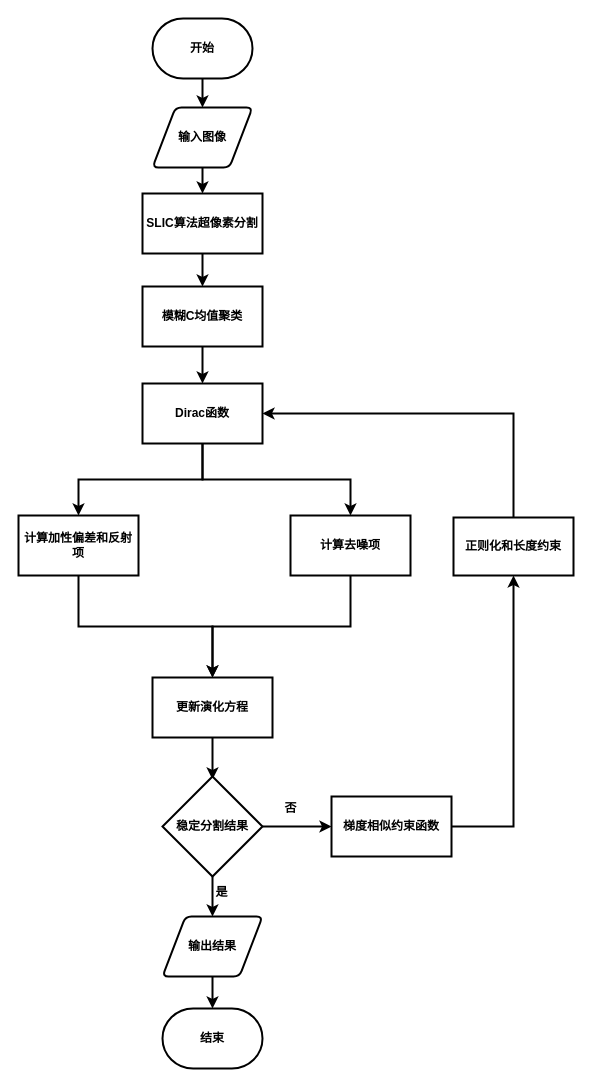
The draw.io diagram page "第 5 页" (4 of 5) of 1.drawio in pangda007/947842095-qq.com, before the edit. Source tidied: cells renumbered, new cells numbered last; positions are measured from the earlier drawing's top-left corner, leaving out a move shared by most shapes. Both pictures are drawn from the tidied source at 100%, with x=0, y=0 at pixel (18, 18).
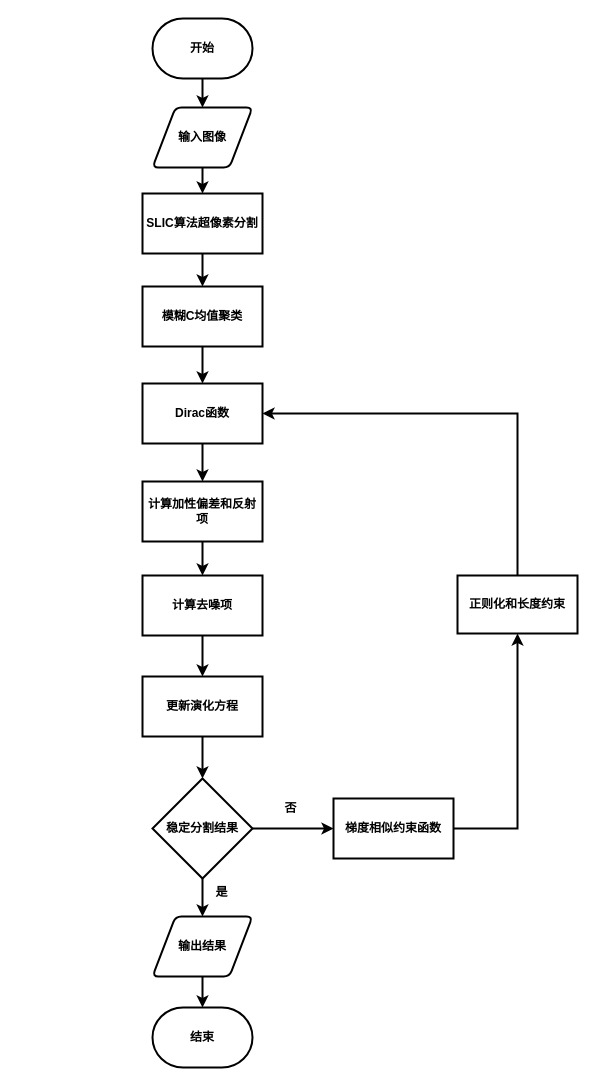
Above is the later version.

Unchanged cells that the change refers to:
```xml
<mxCell id="31" value="&lt;b&gt;Dirac函数&lt;/b&gt;" style="rounded=0;whiteSpace=wrap;html=1;strokeWidth=2;" parent="1" vertex="1">
  <mxGeometry x="124" y="365" width="120" height="60" as="geometry" />
</mxCell>
```

The edit, as a diff of the source:
```diff
@@
-    <mxCell id="6" style="edgeStyle=orthogonalEdgeStyle;rounded=0;jettySize=auto;html=1;exitX=0.5;exitY=1;exitDx=0;exitDy=0;entryX=0.5;entryY=0;entryDx=0;entryDy=0;strokeWidth=2;" parent="1" edge="1" source="7" target="10">
+    <mxCell id="6" style="edgeStyle=orthogonalEdgeStyle;rounded=0;jettySize=auto;html=1;exitX=0.5;exitY=1;exitDx=0;exitDy=0;strokeWidth=2;" parent="1" edge="1" source="7" target="10">
       <mxGeometry relative="1" as="geometry" />
     </mxCell>
     <mxCell id="7" value="&lt;b&gt;计算去噪项&lt;/b&gt;" style="rounded=0;whiteSpace=wrap;html=1;strokeWidth=2;" parent="1" vertex="1">
-      <mxGeometry x="272" y="497" width="120" height="60" as="geometry" />
+      <mxGeometry x="124" y="557" width="120" height="60" as="geometry" />
     </mxCell>
@@
-    <mxCell id="9" style="edgeStyle=orthogonalEdgeStyle;rounded=0;jettySize=auto;html=1;exitX=0.5;exitY=1;exitDx=0;exitDy=0;entryX=0.5;entryY=0;entryDx=0;entryDy=0;strokeWidth=2;" parent="1" edge="1" source="10">
-      <mxGeometry relative="1" as="geometry">
-        <mxPoint x="194" y="761" as="targetPoint" />
-      </mxGeometry>
-    </mxCell>
     <mxCell id="10" value="&lt;b&gt;更新演化方程&lt;/b&gt;" style="rounded=0;whiteSpace=wrap;html=1;strokeWidth=2;" parent="1" vertex="1">
-      <mxGeometry x="134" y="659" width="120" height="60" as="geometry" />
+      <mxGeometry x="124" y="658" width="120" height="60" as="geometry" />
     </mxCell>
@@
     <mxCell id="13" value="&lt;b&gt;稳定分割结果&lt;/b&gt;" style="strokeWidth=2;html=1;shape=mxgraph.flowchart.decision;whiteSpace=wrap;" parent="1" vertex="1">
-      <mxGeometry x="144" y="758" width="100" height="100" as="geometry" />
+      <mxGeometry x="134" y="760" width="100" height="100" as="geometry" />
     </mxCell>
     <mxCell id="14" value="&lt;b&gt;输出结果&lt;/b&gt;" style="shape=parallelogram;html=1;strokeWidth=2;perimeter=parallelogramPerimeter;whiteSpace=wrap;rounded=1;arcSize=12;size=0.23;" parent="1" vertex="1">
-      <mxGeometry x="144" y="898" width="100" height="60" as="geometry" />
+      <mxGeometry x="134" y="898" width="100" height="60" as="geometry" />
     </mxCell>
     <mxCell id="15" value="&lt;b&gt;结束&lt;/b&gt;" style="strokeWidth=2;html=1;shape=mxgraph.flowchart.terminator;whiteSpace=wrap;" parent="1" vertex="1">
-      <mxGeometry x="144" y="990" width="100" height="60" as="geometry" />
+      <mxGeometry x="134" y="989" width="100" height="60" as="geometry" />
     </mxCell>
@@
-    <mxCell id="19" style="edgeStyle=orthogonalEdgeStyle;rounded=0;jettySize=auto;html=1;exitX=0.5;exitY=1;exitDx=0;exitDy=0;entryX=0.5;entryY=0;entryDx=0;entryDy=0;strokeWidth=2;" parent="1" edge="1" source="20" target="10">
-      <mxGeometry relative="1" as="geometry" />
-    </mxCell>
+    <mxCell id="32" style="edgeStyle=orthogonalEdgeStyle;rounded=0;jettySize=auto;html=1;exitX=0.5;exitY=1;exitDx=0;exitDy=0;entryX=0.5;entryY=0;entryDx=0;entryDy=0;strokeWidth=2;" parent="1" edge="1" source="20" target="7">
+      <mxGeometry relative="1" as="geometry" />
+    </mxCell>
     <mxCell id="20" value="&lt;b&gt;计算加性偏差和反射项&lt;/b&gt;" style="rounded=0;whiteSpace=wrap;html=1;strokeWidth=2;" parent="1" vertex="1">
-      <mxGeometry y="497" width="120" height="60" as="geometry" />
+      <mxGeometry x="124" y="463" width="120" height="60" as="geometry" />
     </mxCell>
@@
     <mxCell id="26" value="&lt;b&gt;梯度相似约束函数&lt;/b&gt;" style="rounded=0;whiteSpace=wrap;html=1;strokeWidth=2;" parent="1" vertex="1">
-      <mxGeometry x="313" y="778" width="120" height="60" as="geometry" />
+      <mxGeometry x="315" y="780" width="120" height="60" as="geometry" />
     </mxCell>
@@
     <mxCell id="28" value="&lt;b&gt;正则化和长度约束&lt;/b&gt;" style="rounded=0;whiteSpace=wrap;html=1;strokeWidth=2;" parent="1" vertex="1">
-      <mxGeometry x="435" y="499" width="120" height="58" as="geometry" />
+      <mxGeometry x="439" y="557" width="120" height="58" as="geometry" />
     </mxCell>
@@
-    <mxCell id="30" style="edgeStyle=orthogonalEdgeStyle;rounded=0;jettySize=auto;html=1;exitX=0.5;exitY=1;exitDx=0;exitDy=0;strokeWidth=2;" parent="1" edge="1" source="31" target="7">
-      <mxGeometry relative="1" as="geometry" />
-    </mxCell>
@@
+    <mxCell id="33" style="edgeStyle=orthogonalEdgeStyle;rounded=0;jettySize=auto;html=1;exitX=0.5;exitY=1;exitDx=0;exitDy=0;entryX=0.5;entryY=0;entryDx=0;entryDy=0;entryPerimeter=0;strokeWidth=2;" parent="1" edge="1" source="10" target="13">
+      <mxGeometry relative="1" as="geometry" />
+    </mxCell>
```
